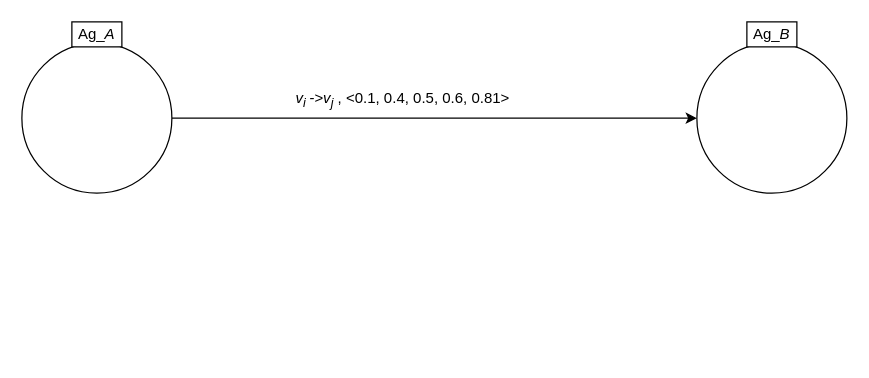
The draw.io diagram docs/images/contactQuantization.drawio in josura/c2c-sepia, before the edit. Source tidied: cells renumbered, new cells numbered last; positions are measured from the earlier drawing's top-left corner, leaving out a move shared by most shapes. Both pictures are drawn from the tidied source at 125%, with x=0, y=0 at pixel (21, 21).
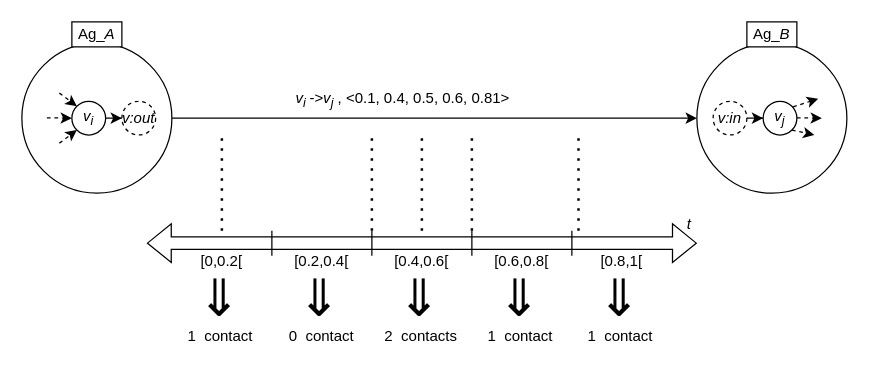
After the change.

The edit, as a diff of the source:
```diff
@@
+    <mxCell id="8" style="shape=flexArrow;endArrow=classic;startArrow=classic;html=1;rounded=0;" parent="1" edge="1">
+      <mxGeometry relative="1" as="geometry">
+        <mxPoint x="100" y="177" as="sourcePoint" />
+        <mxPoint x="540" y="177" as="targetPoint" />
+      </mxGeometry>
+    </mxCell>
+    <mxCell id="9" style="endArrow=none;html=1;rounded=0;" parent="1" edge="1">
+      <mxGeometry relative="1" as="geometry">
+        <mxPoint x="200" y="187" as="sourcePoint" />
+        <mxPoint x="200" y="167" as="targetPoint" />
+      </mxGeometry>
+    </mxCell>
+    <mxCell id="10" style="endArrow=none;html=1;rounded=0;" parent="1" edge="1">
+      <mxGeometry relative="1" as="geometry">
+        <mxPoint x="280" y="187" as="sourcePoint" />
+        <mxPoint x="280" y="167" as="targetPoint" />
+      </mxGeometry>
+    </mxCell>
+    <mxCell id="11" style="endArrow=none;html=1;rounded=0;" parent="1" edge="1">
+      <mxGeometry relative="1" as="geometry">
+        <mxPoint x="360" y="187" as="sourcePoint" />
+        <mxPoint x="360" y="167" as="targetPoint" />
+      </mxGeometry>
+    </mxCell>
+    <mxCell id="12" style="endArrow=none;html=1;rounded=0;" parent="1" edge="1">
+      <mxGeometry relative="1" as="geometry">
+        <mxPoint x="440" y="187" as="sourcePoint" />
+        <mxPoint x="440" y="167" as="targetPoint" />
+      </mxGeometry>
+    </mxCell>
+    <mxCell id="13" value="[0,0.2[" style="text;html=1;align=center;verticalAlign=middle;whiteSpace=wrap;rounded=0;" parent="1" vertex="1">
+      <mxGeometry x="130" y="177" width="60" height="30" as="geometry" />
+    </mxCell>
+    <mxCell id="14" value="[0.2,0.4[" style="text;html=1;align=center;verticalAlign=middle;whiteSpace=wrap;rounded=0;" parent="1" vertex="1">
+      <mxGeometry x="210" y="177" width="60" height="30" as="geometry" />
+    </mxCell>
+    <mxCell id="15" value="[0.4,0.6[" style="text;html=1;align=center;verticalAlign=middle;whiteSpace=wrap;rounded=0;" parent="1" vertex="1">
+      <mxGeometry x="290" y="177" width="60" height="30" as="geometry" />
+    </mxCell>
+    <mxCell id="16" value="[0.6,0.8[" style="text;html=1;align=center;verticalAlign=middle;whiteSpace=wrap;rounded=0;" parent="1" vertex="1">
+      <mxGeometry x="370" y="177" width="60" height="30" as="geometry" />
+    </mxCell>
+    <mxCell id="17" value="[0.8,1[" style="text;html=1;align=center;verticalAlign=middle;whiteSpace=wrap;rounded=0;" parent="1" vertex="1">
+      <mxGeometry x="450" y="177" width="60" height="30" as="geometry" />
+    </mxCell>
+    <mxCell id="18" style="endArrow=none;dashed=1;html=1;dashPattern=1 3;strokeWidth=2;rounded=0;" parent="1" edge="1">
+      <mxGeometry relative="1" as="geometry">
+        <mxPoint x="160" y="167" as="sourcePoint" />
+        <mxPoint x="160" y="87" as="targetPoint" />
+      </mxGeometry>
+    </mxCell>
+    <mxCell id="19" style="endArrow=none;dashed=1;html=1;dashPattern=1 3;strokeWidth=2;rounded=0;" parent="1" edge="1">
+      <mxGeometry relative="1" as="geometry">
+        <mxPoint x="280" y="167" as="sourcePoint" />
+        <mxPoint x="280" y="87" as="targetPoint" />
+      </mxGeometry>
+    </mxCell>
+    <mxCell id="20" style="endArrow=none;dashed=1;html=1;dashPattern=1 3;strokeWidth=2;rounded=0;" parent="1" edge="1">
+      <mxGeometry relative="1" as="geometry">
+        <mxPoint x="320" y="167" as="sourcePoint" />
+        <mxPoint x="320" y="87" as="targetPoint" />
+      </mxGeometry>
+    </mxCell>
+    <mxCell id="21" style="endArrow=none;dashed=1;html=1;dashPattern=1 3;strokeWidth=2;rounded=0;" parent="1" edge="1">
+      <mxGeometry relative="1" as="geometry">
+        <mxPoint x="360" y="167" as="sourcePoint" />
+        <mxPoint x="360" y="87" as="targetPoint" />
+      </mxGeometry>
+    </mxCell>
+    <mxCell id="22" style="endArrow=none;dashed=1;html=1;dashPattern=1 3;strokeWidth=2;rounded=0;" parent="1" edge="1">
+      <mxGeometry relative="1" as="geometry">
+        <mxPoint x="445.3" y="167" as="sourcePoint" />
+        <mxPoint x="445.3" y="87" as="targetPoint" />
+      </mxGeometry>
+    </mxCell>
+    <mxCell id="23" value="&lt;font style=&quot;font-size: 41px;&quot;&gt;⇒&lt;/font&gt;" style="text;html=1;align=center;verticalAlign=middle;strokeColor=none;fillColor=none;rotation=90;" parent="1" vertex="1">
+      <mxGeometry x="134" y="190" width="50" height="60" as="geometry" />
+    </mxCell>
+    <mxCell id="24" value="&lt;font style=&quot;font-size: 41px;&quot;&gt;⇒&lt;/font&gt;" style="text;html=1;align=center;verticalAlign=middle;strokeColor=none;fillColor=none;rotation=90;" parent="1" vertex="1">
+      <mxGeometry x="214" y="190" width="50" height="60" as="geometry" />
+    </mxCell>
+    <mxCell id="25" value="&lt;font style=&quot;font-size: 41px;&quot;&gt;⇒&lt;/font&gt;" style="text;html=1;align=center;verticalAlign=middle;strokeColor=none;fillColor=none;rotation=90;" parent="1" vertex="1">
+      <mxGeometry x="294" y="190" width="50" height="60" as="geometry" />
+    </mxCell>
+    <mxCell id="26" value="&lt;font style=&quot;font-size: 41px;&quot;&gt;⇒&lt;/font&gt;" style="text;html=1;align=center;verticalAlign=middle;strokeColor=none;fillColor=none;rotation=90;" parent="1" vertex="1">
+      <mxGeometry x="374" y="190" width="50" height="60" as="geometry" />
+    </mxCell>
+    <mxCell id="27" value="&lt;font style=&quot;font-size: 41px;&quot;&gt;⇒&lt;/font&gt;" style="text;html=1;align=center;verticalAlign=middle;strokeColor=none;fillColor=none;rotation=90;" parent="1" vertex="1">
+      <mxGeometry x="454" y="190" width="50" height="60" as="geometry" />
+    </mxCell>
+    <mxCell id="28" value="1&amp;nbsp; contact" style="text;html=1;align=center;verticalAlign=middle;whiteSpace=wrap;rounded=0;" parent="1" vertex="1">
+      <mxGeometry x="129" y="237" width="60" height="30" as="geometry" />
+    </mxCell>
+    <mxCell id="29" value="0&amp;nbsp; contact" style="text;html=1;align=center;verticalAlign=middle;whiteSpace=wrap;rounded=0;" parent="1" vertex="1">
+      <mxGeometry x="210" y="237" width="60" height="30" as="geometry" />
+    </mxCell>
+    <mxCell id="30" value="2&amp;nbsp; contacts" style="text;html=1;align=center;verticalAlign=middle;whiteSpace=wrap;rounded=0;" parent="1" vertex="1">
+      <mxGeometry x="284.5" y="237" width="69" height="30" as="geometry" />
+    </mxCell>
+    <mxCell id="31" value="1&amp;nbsp; contact" style="text;html=1;align=center;verticalAlign=middle;whiteSpace=wrap;rounded=0;" parent="1" vertex="1">
+      <mxGeometry x="369" y="237" width="60" height="30" as="geometry" />
+    </mxCell>
+    <mxCell id="32" value="1&amp;nbsp; contact" style="text;html=1;align=center;verticalAlign=middle;whiteSpace=wrap;rounded=0;" parent="1" vertex="1">
+      <mxGeometry x="449" y="237" width="60" height="30" as="geometry" />
+    </mxCell>
+    <mxCell id="33" style="edgeStyle=orthogonalEdgeStyle;rounded=0;jettySize=auto;html=1;" parent="1" edge="1" source="34" target="35">
+      <mxGeometry relative="1" as="geometry" />
+    </mxCell>
+    <mxCell id="34" value="&lt;i&gt;v&lt;sub&gt;i&lt;/sub&gt;&lt;/i&gt;" style="ellipse;whiteSpace=wrap;html=1;" parent="1" vertex="1">
+      <mxGeometry x="40" y="63.5" width="27" height="27" as="geometry" />
+    </mxCell>
+    <mxCell id="35" value="&lt;i&gt;v:out&lt;/i&gt;" style="ellipse;whiteSpace=wrap;html=1;dashed=1;" parent="1" vertex="1">
+      <mxGeometry x="80" y="63.5" width="27" height="27" as="geometry" />
+    </mxCell>
+    <mxCell id="36" style="edgeStyle=orthogonalEdgeStyle;rounded=0;jettySize=auto;html=1;" parent="1" edge="1" source="37" target="38">
+      <mxGeometry relative="1" as="geometry" />
+    </mxCell>
+    <mxCell id="37" value="&lt;i&gt;v:in&lt;/i&gt;" style="ellipse;whiteSpace=wrap;html=1;dashed=1;" parent="1" vertex="1">
+      <mxGeometry x="553" y="63.5" width="27" height="27" as="geometry" />
+    </mxCell>
+    <mxCell id="38" value="&lt;i&gt;v&lt;sub&gt;j&lt;/sub&gt;&lt;/i&gt;" style="ellipse;whiteSpace=wrap;html=1;" parent="1" vertex="1">
+      <mxGeometry x="593" y="63.5" width="27" height="27" as="geometry" />
+    </mxCell>
+    <mxCell id="39" style="endArrow=classic;html=1;rounded=0;entryX=0;entryY=0.5;entryDx=0;entryDy=0;dashed=1;" parent="1" edge="1" target="34">
+      <mxGeometry relative="1" as="geometry">
+        <mxPoint x="20" y="76.8" as="sourcePoint" />
+      </mxGeometry>
+    </mxCell>
+    <mxCell id="40" style="endArrow=classic;html=1;rounded=0;entryX=0;entryY=1;entryDx=0;entryDy=0;dashed=1;" parent="1" edge="1" target="34">
+      <mxGeometry relative="1" as="geometry">
+        <mxPoint x="30" y="97" as="sourcePoint" />
+      </mxGeometry>
+    </mxCell>
+    <mxCell id="41" style="endArrow=classic;html=1;rounded=0;entryX=0;entryY=0;entryDx=0;entryDy=0;dashed=1;" parent="1" edge="1" target="34">
+      <mxGeometry relative="1" as="geometry">
+        <mxPoint x="30" y="57" as="sourcePoint" />
+      </mxGeometry>
+    </mxCell>
+    <mxCell id="42" style="endArrow=classic;html=1;rounded=0;entryX=0;entryY=0.5;entryDx=0;entryDy=0;dashed=1;" parent="1" edge="1">
+      <mxGeometry relative="1" as="geometry">
+        <mxPoint x="620" y="76.8" as="sourcePoint" />
+        <mxPoint x="640" y="77" as="targetPoint" />
+      </mxGeometry>
+    </mxCell>
+    <mxCell id="43" style="endArrow=classic;html=1;rounded=0;entryX=0;entryY=1;entryDx=0;entryDy=0;dashed=1;exitX=1;exitY=1;exitDx=0;exitDy=0;" parent="1" edge="1" source="38">
+      <mxGeometry relative="1" as="geometry">
+        <mxPoint x="634" y="90.5" as="targetPoint" />
+      </mxGeometry>
+    </mxCell>
+    <mxCell id="44" style="endArrow=classic;html=1;rounded=0;dashed=1;exitX=1;exitY=0;exitDx=0;exitDy=0;" parent="1" edge="1">
+      <mxGeometry relative="1" as="geometry">
+        <mxPoint x="617" y="68" as="sourcePoint" />
+        <mxPoint x="637" y="61.5" as="targetPoint" />
+      </mxGeometry>
+    </mxCell>
+    <mxCell id="45" value="&lt;i&gt;t&lt;/i&gt;" style="text;html=1;align=center;verticalAlign=middle;whiteSpace=wrap;rounded=0;" parent="1" vertex="1">
+      <mxGeometry x="504" y="147" width="60" height="30" as="geometry" />
+    </mxCell>
```
